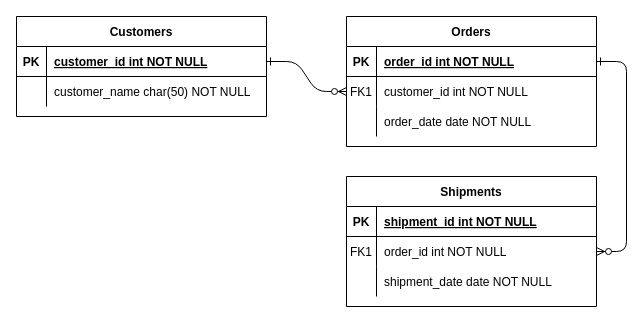
Before: Untitled Diagram.drawio in PPKhony/DB, a draw.io diagram. Source tidied: cells renumbered, new cells numbered last; positions are measured from the earlier drawing's top-left corner, leaving out a move shared by most shapes. Both pictures are drawn from the tidied source at 100%, with x=0, y=0 at pixel (16, 16).
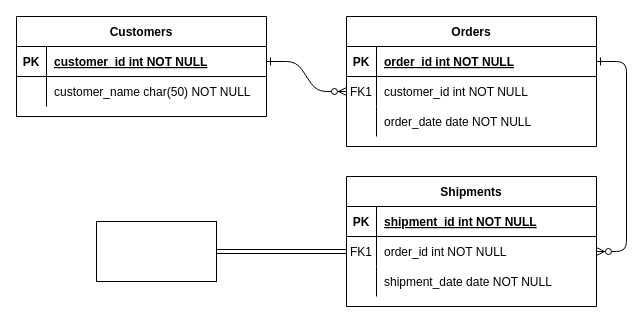
The same diagram, later.

Unchanged cells that the change refers to:
```xml
<mxCell id="18" style="shape=partialRectangle;fillColor=none;points=[[0,0.5],[1,0.5]];portConstraint=eastwest;top=0;left=0;right=0;bottom=0;" parent="14" vertex="1">
  <mxGeometry y="60" width="250" height="30" as="geometry" />
</mxCell>
```

Diff of the diagram source:
```diff
@@
+    <mxCell id="31" style="edgeStyle=orthogonalEdgeStyle;rounded=0;jettySize=auto;html=1;shape=link;" parent="1" edge="1" source="32" target="18">
+      <mxGeometry relative="1" as="geometry" />
+    </mxCell>
+    <mxCell id="32" style="rounded=0;whiteSpace=wrap;html=1;" parent="1" vertex="1">
+      <mxGeometry x="80" y="205" width="120" height="60" as="geometry" />
+    </mxCell>
```
